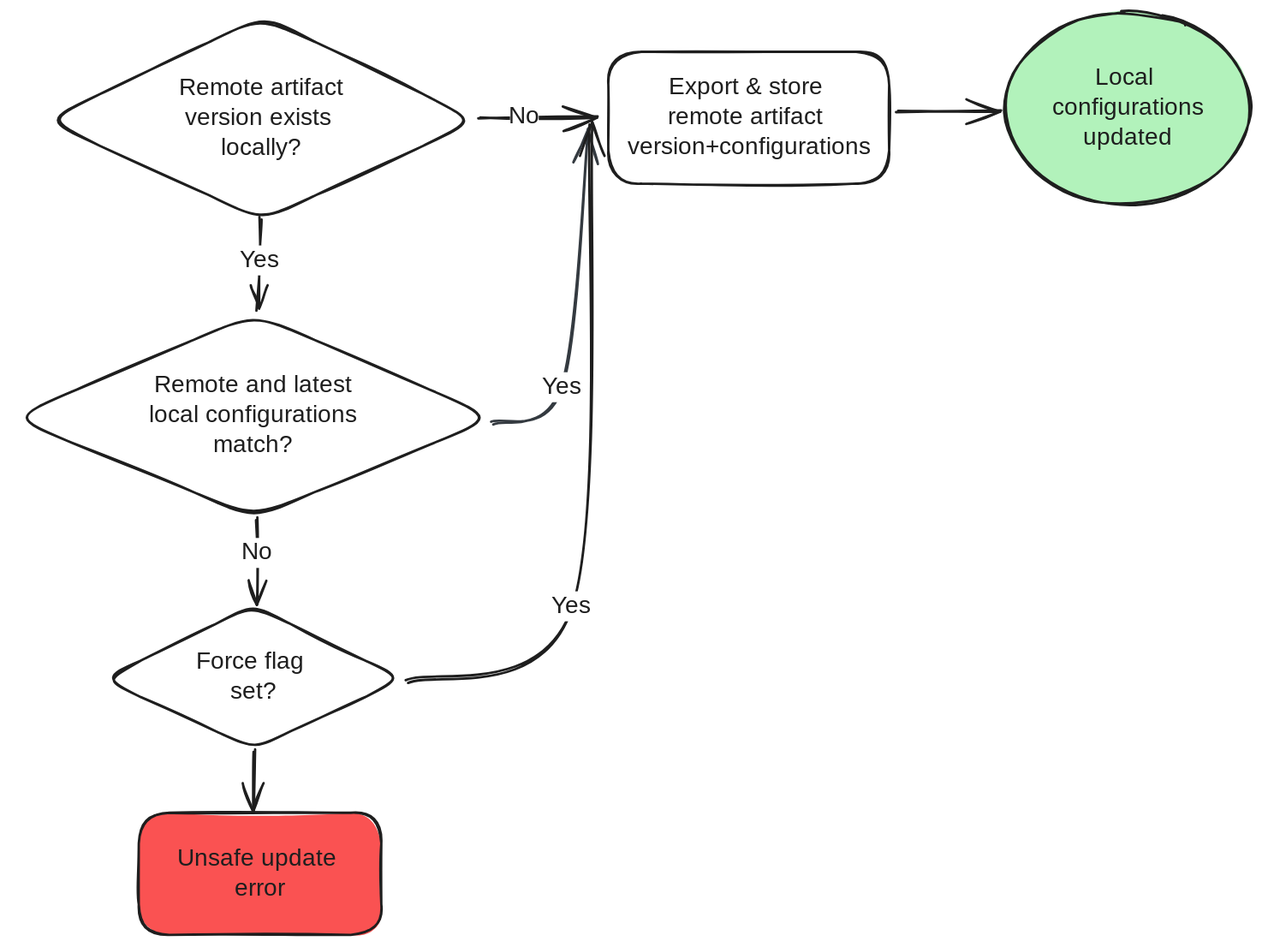
Earlier version of the Excalidraw export docs/update.excalidraw.svg (tswymer/scicm). Source tidied: one line per element, renumbered; positions are measured from the earlier drawing's top-left corner, leaving out a move shared by most shapes. Its diagram source:
```json
{"id": 0, "type": "diamond", "strokeColor": "#1e1e1e", "strokeWidth": 2, "roughness": 1, "round": true, "x": 28, "y": 4, "width": 361, "height": 170}
{"id": 1, "type": "text", "text": "Remote artifact\nversion exists \nlocally?", "strokeColor": "#1e1e1e", "strokeWidth": 2, "roughness": 1, "fontSize": 20, "fontFamily": 1, "textAlign": "center", "verticalAlign": "middle", "inside": 0, "x": 127, "y": 52, "width": 162, "height": 75}
{"id": 2, "type": "arrow", "strokeColor": "#1e1e1e", "strokeWidth": 2, "roughness": 1, "endArrowhead": "arrow", "round": true, "to": 12, "x": 207, "y": 172, "width": 2, "height": 77, "points": [[0, 0], [-1, 35], [-2, 77]]}
{"id": 3, "type": "text", "text": "Yes", "strokeColor": "#1e1e1e", "strokeWidth": 2, "roughness": 1, "fontSize": 20, "fontFamily": 1, "textAlign": "center", "verticalAlign": "middle", "inside": 2, "x": 204, "y": 195, "width": 32, "height": 25}
{"id": 4, "type": "arrow", "strokeColor": "#1e1e1e", "strokeWidth": 2, "roughness": 1, "endArrowhead": "arrow", "round": true, "from": 0, "to": 6, "x": 390, "y": 88, "width": 98, "height": 1, "points": [[0, 0], [38, 0], [98, -1]]}
{"id": 5, "type": "text", "text": "No", "strokeColor": "#1e1e1e", "strokeWidth": 2, "roughness": 1, "fontSize": 20, "fontFamily": 1, "textAlign": "center", "verticalAlign": "middle", "inside": 4, "x": 432, "y": 74, "width": 24, "height": 25}
{"id": 6, "type": "rectangle", "strokeColor": "#1e1e1e", "strokeWidth": 2, "roughness": 1, "round": true, "x": 498, "y": 33, "width": 234, "height": 110}
{"id": 7, "type": "text", "text": "Export & store \nremote artifact \nversion+configurations", "strokeColor": "#1e1e1e", "strokeWidth": 2, "roughness": 1, "fontSize": 20, "fontFamily": 1, "textAlign": "center", "verticalAlign": "middle", "inside": 6, "x": 508, "y": 51, "width": 213, "height": 75}
{"id": 8, "type": "arrow", "strokeColor": "#343a40", "backgroundColor": "#fa5252", "fillStyle": "solid", "strokeWidth": 2, "roughness": 1, "endArrowhead": "arrow", "round": true, "from": 12, "to": 6, "x": 401, "y": 342, "width": 79, "height": 244, "points": [[0, 0], [58, -29], [79, -244]]}
{"id": 9, "type": "text", "text": "Yes", "strokeColor": "#1e1e1e", "strokeWidth": 2, "roughness": 1, "fontSize": 20, "fontFamily": 1, "textAlign": "center", "verticalAlign": "middle", "inside": 8, "x": 452, "y": 299, "width": 32, "height": 25}
{"id": 10, "type": "ellipse", "strokeColor": "#1e1e1e", "backgroundColor": "#b2f2bb", "fillStyle": "solid", "strokeWidth": 2, "roughness": 1, "round": true, "x": 829, "y": 0, "width": 204, "height": 160}
{"id": 11, "type": "text", "text": "Local \nconfigurations\nupdated", "strokeColor": "#1e1e1e", "strokeWidth": 2, "roughness": 1, "fontSize": 20, "fontFamily": 1, "textAlign": "center", "verticalAlign": "middle", "inside": 10, "x": 864, "y": 42, "width": 135, "height": 75}
{"id": 12, "type": "diamond", "strokeColor": "#1e1e1e", "strokeWidth": 2, "roughness": 1, "round": true, "x": 0, "y": 252, "width": 403, "height": 170}
{"id": 13, "type": "text", "text": "Remote and latest\nlocal configurations\nmatch?", "strokeColor": "#1e1e1e", "strokeWidth": 2, "roughness": 1, "fontSize": 20, "fontFamily": 1, "textAlign": "center", "verticalAlign": "middle", "inside": 12, "x": 106, "y": 300, "width": 190, "height": 75}
{"id": 14, "type": "diamond", "strokeColor": "#1e1e1e", "strokeWidth": 2, "roughness": 1, "round": true, "x": 76, "y": 495, "width": 250, "height": 120}
{"id": 15, "type": "text", "text": "Force flag \nset?", "strokeColor": "#1e1e1e", "strokeWidth": 2, "roughness": 1, "fontSize": 20, "fontFamily": 1, "textAlign": "center", "verticalAlign": "middle", "inside": 14, "x": 146, "y": 530, "width": 110, "height": 50}
{"id": 16, "type": "arrow", "strokeColor": "#1e1e1e", "strokeWidth": 2, "roughness": 1, "endArrowhead": "arrow", "round": true, "from": 12, "to": 14, "x": 204, "y": 422, "width": 0, "height": 72, "points": [[0, 0], [0, 29], [0, 72]]}
{"id": 17, "type": "text", "text": "No", "strokeColor": "#1e1e1e", "strokeWidth": 2, "roughness": 1, "fontSize": 20, "fontFamily": 1, "textAlign": "center", "verticalAlign": "middle", "inside": 16, "x": 193, "y": 434, "width": 24, "height": 25}
{"id": 18, "type": "arrow", "strokeColor": "#1e1e1e", "strokeWidth": 2, "roughness": 1, "endArrowhead": "arrow", "round": true, "from": 14, "to": 6, "x": 329, "y": 558, "width": 154, "height": 465, "points": [[0, 0], [138, -62], [154, -465]]}
{"id": 19, "type": "text", "text": "Yes", "strokeColor": "#1e1e1e", "strokeWidth": 2, "roughness": 1, "fontSize": 20, "fontFamily": 1, "textAlign": "center", "verticalAlign": "middle", "inside": 18, "x": 450, "y": 483, "width": 32, "height": 25}
{"id": 20, "type": "arrow", "strokeColor": "#1e1e1e", "strokeWidth": 2, "roughness": 1, "endArrowhead": "arrow", "round": true, "from": 6, "to": 10, "x": 739, "y": 84, "width": 87, "height": 1, "points": [[0, 0], [87, -1]]}
{"id": 21, "type": "rectangle", "strokeColor": "#1e1e1e", "backgroundColor": "#fa5252", "fillStyle": "solid", "strokeWidth": 2, "roughness": 1, "round": true, "x": 106, "y": 668, "width": 202, "height": 102}
{"id": 22, "type": "text", "text": "Unsafe update \nerror", "strokeColor": "#1e1e1e", "strokeWidth": 2, "roughness": 1, "fontSize": 20, "fontFamily": 1, "textAlign": "center", "verticalAlign": "middle", "inside": 21, "x": 129, "y": 694, "width": 157, "height": 50}
{"id": 23, "type": "arrow", "strokeColor": "#1e1e1e", "strokeWidth": 2, "roughness": 1, "endArrowhead": "arrow", "round": true, "from": 14, "to": 21, "x": 203, "y": 616, "width": 2, "height": 51, "points": [[0, 0], [-2, 51]]}
```
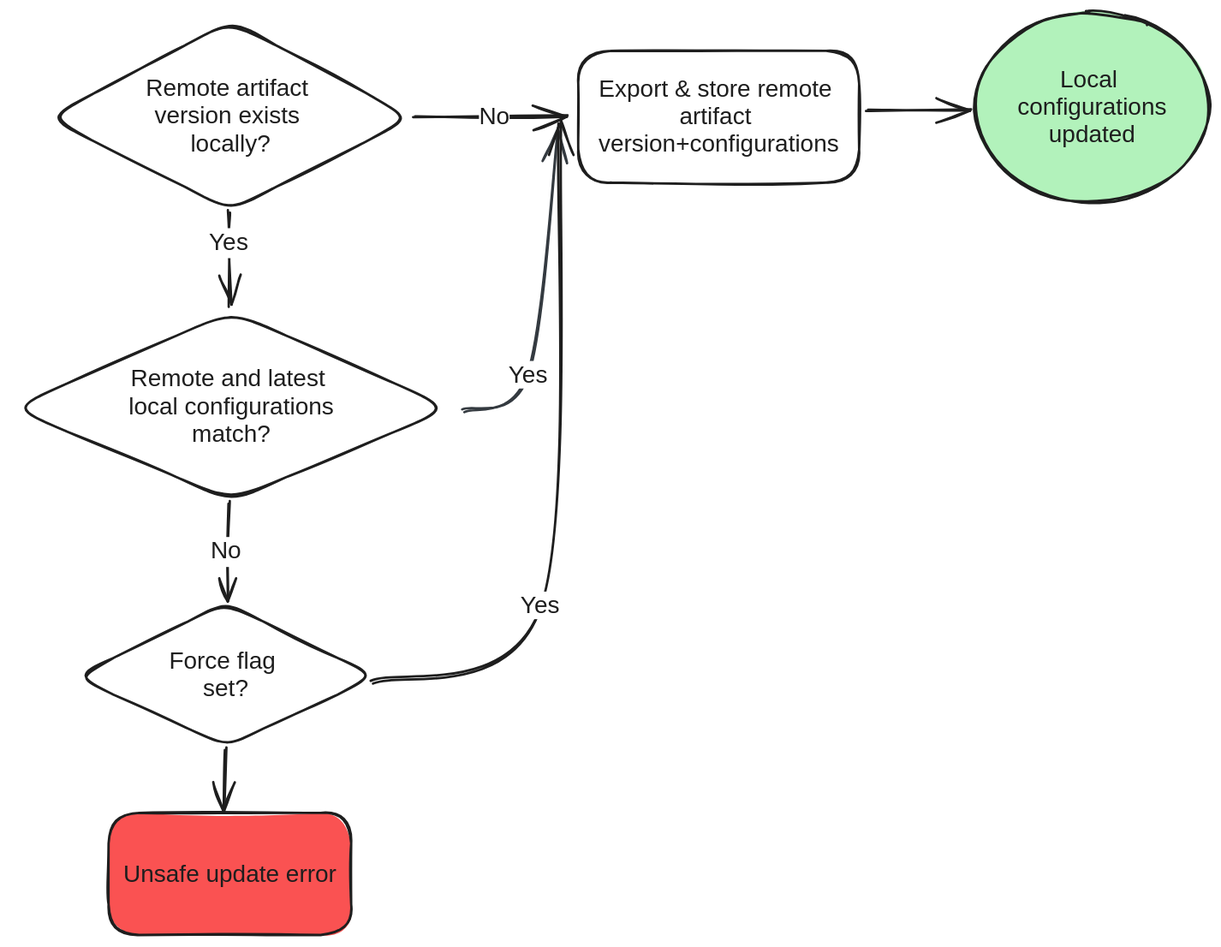
The same file after the commit.

Change to the diagram source:
```diff
@@ -1,24 +1,24 @@
-{"id": 0, "type": "diamond", "strokeColor": "#1e1e1e", "strokeWidth": 2, "roughness": 1, "round": true, "x": 28, "y": 4, "width": 361, "height": 170}
+{"id": 0, "type": "diamond", "strokeColor": "#1e1e1e", "strokeWidth": 2, "roughness": 1, "round": true, "x": 56, "y": 9, "width": 303, "height": 158}
-{"id": 1, "type": "text", "text": "Remote artifact\nversion exists \nlocally?", "strokeColor": "#1e1e1e", "strokeWidth": 2, "roughness": 1, "fontSize": 20, "fontFamily": 1, "textAlign": "center", "verticalAlign": "middle", "inside": 0, "x": 127, "y": 52, "width": 162, "height": 75}
+{"id": 1, "type": "text", "text": "Remote artifact \nversion exists \nlocally?", "strokeColor": "#1e1e1e", "strokeWidth": 2, "roughness": 1, "fontSize": 20, "fontFamily": 2, "textAlign": "center", "verticalAlign": "middle", "inside": 0, "x": 137, "y": 53, "width": 141, "height": 69}
-{"id": 2, "type": "arrow", "strokeColor": "#1e1e1e", "strokeWidth": 2, "roughness": 1, "endArrowhead": "arrow", "round": true, "to": 12, "x": 207, "y": 172, "width": 2, "height": 77, "points": [[0, 0], [-1, 35], [-2, 77]]}
+{"id": 2, "type": "arrow", "strokeColor": "#1e1e1e", "strokeWidth": 2, "roughness": 1, "endArrowhead": "arrow", "round": true, "from": 0, "to": 12, "x": 206, "y": 167, "width": 1, "height": 79, "points": [[0, 0], [0, 27], [1, 79]]}
 {"id": 3, "type": "text", "text": "Yes", "strokeColor": "#1e1e1e", "strokeWidth": 2, "roughness": 1, "fontSize": 20, "fontFamily": 1, "textAlign": "center", "verticalAlign": "middle", "inside": 2, "x": 204, "y": 195, "width": 32, "height": 25}
-{"id": 4, "type": "arrow", "strokeColor": "#1e1e1e", "strokeWidth": 2, "roughness": 1, "endArrowhead": "arrow", "round": true, "from": 0, "to": 6, "x": 390, "y": 88, "width": 98, "height": 1, "points": [[0, 0], [38, 0], [98, -1]]}
+{"id": 4, "type": "arrow", "strokeColor": "#1e1e1e", "strokeWidth": 2, "roughness": 1, "endArrowhead": "arrow", "round": true, "from": 0, "to": 6, "x": 361, "y": 88, "width": 128, "height": 1, "points": [[0, 0], [67, 0], [128, -1]]}
-{"id": 5, "type": "text", "text": "No", "strokeColor": "#1e1e1e", "strokeWidth": 2, "roughness": 1, "fontSize": 20, "fontFamily": 1, "textAlign": "center", "verticalAlign": "middle", "inside": 4, "x": 432, "y": 74, "width": 24, "height": 25}
+{"id": 5, "type": "text", "text": "No", "strokeColor": "#1e1e1e", "strokeWidth": 2, "roughness": 1, "fontSize": 20, "fontFamily": 2, "textAlign": "center", "verticalAlign": "middle", "inside": 4, "x": 415, "y": 76, "width": 26, "height": 23}
 {"id": 6, "type": "rectangle", "strokeColor": "#1e1e1e", "strokeWidth": 2, "roughness": 1, "round": true, "x": 498, "y": 33, "width": 234, "height": 110}
-{"id": 7, "type": "text", "text": "Export & store \nremote artifact \nversion+configurations", "strokeColor": "#1e1e1e", "strokeWidth": 2, "roughness": 1, "fontSize": 20, "fontFamily": 1, "textAlign": "center", "verticalAlign": "middle", "inside": 6, "x": 508, "y": 51, "width": 213, "height": 75}
+{"id": 7, "type": "text", "text": "Export & store remote \nartifact \nversion+configurations", "strokeColor": "#1e1e1e", "strokeWidth": 2, "roughness": 1, "fontSize": 20, "fontFamily": 2, "textAlign": "center", "verticalAlign": "middle", "inside": 6, "x": 514, "y": 54, "width": 201, "height": 69}
-{"id": 8, "type": "arrow", "strokeColor": "#343a40", "backgroundColor": "#fa5252", "fillStyle": "solid", "strokeWidth": 2, "roughness": 1, "endArrowhead": "arrow", "round": true, "from": 12, "to": 6, "x": 401, "y": 342, "width": 79, "height": 244, "points": [[0, 0], [58, -29], [79, -244]]}
+{"id": 8, "type": "arrow", "strokeColor": "#343a40", "backgroundColor": "#fa5252", "fillStyle": "solid", "strokeWidth": 2, "roughness": 1, "endArrowhead": "arrow", "round": true, "from": 12, "to": 6, "x": 402, "y": 333, "width": 78, "height": 235, "points": [[0, 0], [54, -29], [78, -235]]}
-{"id": 9, "type": "text", "text": "Yes", "strokeColor": "#1e1e1e", "strokeWidth": 2, "roughness": 1, "fontSize": 20, "fontFamily": 1, "textAlign": "center", "verticalAlign": "middle", "inside": 8, "x": 452, "y": 299, "width": 32, "height": 25}
+{"id": 9, "type": "text", "text": "Yes", "strokeColor": "#1e1e1e", "strokeWidth": 2, "roughness": 1, "fontSize": 20, "fontFamily": 2, "textAlign": "center", "verticalAlign": "middle", "inside": 8, "x": 442, "y": 302, "width": 33, "height": 23}
-{"id": 10, "type": "ellipse", "strokeColor": "#1e1e1e", "backgroundColor": "#b2f2bb", "fillStyle": "solid", "strokeWidth": 2, "roughness": 1, "round": true, "x": 829, "y": 0, "width": 204, "height": 160}
+{"id": 10, "type": "ellipse", "strokeColor": "#1e1e1e", "backgroundColor": "#b2f2bb", "fillStyle": "solid", "strokeWidth": 2, "roughness": 1, "round": true, "x": 829, "y": 1, "width": 195, "height": 159}
-{"id": 11, "type": "text", "text": "Local \nconfigurations\nupdated", "strokeColor": "#1e1e1e", "strokeWidth": 2, "roughness": 1, "fontSize": 20, "fontFamily": 1, "textAlign": "center", "verticalAlign": "middle", "inside": 10, "x": 864, "y": 42, "width": 135, "height": 75}
+{"id": 11, "type": "text", "text": "Local \nconfigurations\nupdated", "strokeColor": "#1e1e1e", "strokeWidth": 2, "roughness": 1, "fontSize": 20, "fontFamily": 2, "textAlign": "center", "verticalAlign": "middle", "inside": 10, "x": 864, "y": 46, "width": 125, "height": 69}
-{"id": 12, "type": "diamond", "strokeColor": "#1e1e1e", "strokeWidth": 2, "roughness": 1, "round": true, "x": 0, "y": 252, "width": 403, "height": 170}
+{"id": 12, "type": "diamond", "strokeColor": "#1e1e1e", "strokeWidth": 2, "roughness": 1, "round": true, "x": 25, "y": 251, "width": 365, "height": 158}
-{"id": 13, "type": "text", "text": "Remote and latest\nlocal configurations\nmatch?", "strokeColor": "#1e1e1e", "strokeWidth": 2, "roughness": 1, "fontSize": 20, "fontFamily": 1, "textAlign": "center", "verticalAlign": "middle", "inside": 12, "x": 106, "y": 300, "width": 190, "height": 75}
+{"id": 13, "type": "text", "text": "Remote and latest \nlocal configurations\nmatch?", "strokeColor": "#1e1e1e", "strokeWidth": 2, "roughness": 1, "fontSize": 20, "fontFamily": 2, "textAlign": "center", "verticalAlign": "middle", "inside": 12, "x": 123, "y": 295, "width": 171, "height": 69}
-{"id": 14, "type": "diamond", "strokeColor": "#1e1e1e", "strokeWidth": 2, "roughness": 1, "round": true, "x": 76, "y": 495, "width": 250, "height": 120}
+{"id": 14, "type": "diamond", "strokeColor": "#1e1e1e", "strokeWidth": 2, "roughness": 1, "round": true, "x": 79, "y": 494, "width": 250, "height": 120}
-{"id": 15, "type": "text", "text": "Force flag \nset?", "strokeColor": "#1e1e1e", "strokeWidth": 2, "roughness": 1, "fontSize": 20, "fontFamily": 1, "textAlign": "center", "verticalAlign": "middle", "inside": 14, "x": 146, "y": 530, "width": 110, "height": 50}
+{"id": 15, "type": "text", "text": "Force flag \nset?", "strokeColor": "#1e1e1e", "strokeWidth": 2, "roughness": 1, "fontSize": 20, "fontFamily": 2, "textAlign": "center", "verticalAlign": "middle", "inside": 14, "x": 156, "y": 531, "width": 94, "height": 46}
-{"id": 16, "type": "arrow", "strokeColor": "#1e1e1e", "strokeWidth": 2, "roughness": 1, "endArrowhead": "arrow", "round": true, "from": 12, "to": 14, "x": 204, "y": 422, "width": 0, "height": 72, "points": [[0, 0], [0, 29], [0, 72]]}
+{"id": 16, "type": "arrow", "strokeColor": "#1e1e1e", "strokeWidth": 2, "roughness": 1, "endArrowhead": "arrow", "round": true, "from": 12, "to": 14, "x": 206, "y": 410, "width": 2, "height": 83, "points": [[0, 0], [-2, 42], [-2, 83]]}
 {"id": 17, "type": "text", "text": "No", "strokeColor": "#1e1e1e", "strokeWidth": 2, "roughness": 1, "fontSize": 20, "fontFamily": 1, "textAlign": "center", "verticalAlign": "middle", "inside": 16, "x": 193, "y": 434, "width": 24, "height": 25}
-{"id": 18, "type": "arrow", "strokeColor": "#1e1e1e", "strokeWidth": 2, "roughness": 1, "endArrowhead": "arrow", "round": true, "from": 14, "to": 6, "x": 329, "y": 558, "width": 154, "height": 465, "points": [[0, 0], [138, -62], [154, -465]]}
+{"id": 18, "type": "arrow", "strokeColor": "#1e1e1e", "strokeWidth": 2, "roughness": 1, "endArrowhead": "arrow", "round": true, "from": 14, "to": 6, "x": 325, "y": 559, "width": 157, "height": 466, "points": [[0, 0], [141, -64], [157, -466]]}
-{"id": 19, "type": "text", "text": "Yes", "strokeColor": "#1e1e1e", "strokeWidth": 2, "roughness": 1, "fontSize": 20, "fontFamily": 1, "textAlign": "center", "verticalAlign": "middle", "inside": 18, "x": 450, "y": 483, "width": 32, "height": 25}
+{"id": 19, "type": "text", "text": "Yes", "strokeColor": "#1e1e1e", "strokeWidth": 2, "roughness": 1, "fontSize": 20, "fontFamily": 2, "textAlign": "center", "verticalAlign": "middle", "inside": 18, "x": 449, "y": 484, "width": 33, "height": 23}
 {"id": 20, "type": "arrow", "strokeColor": "#1e1e1e", "strokeWidth": 2, "roughness": 1, "endArrowhead": "arrow", "round": true, "from": 6, "to": 10, "x": 739, "y": 84, "width": 87, "height": 1, "points": [[0, 0], [87, -1]]}
-{"id": 21, "type": "rectangle", "strokeColor": "#1e1e1e", "backgroundColor": "#fa5252", "fillStyle": "solid", "strokeWidth": 2, "roughness": 1, "round": true, "x": 106, "y": 668, "width": 202, "height": 102}
+{"id": 21, "type": "rectangle", "strokeColor": "#1e1e1e", "backgroundColor": "#fa5252", "fillStyle": "solid", "strokeWidth": 2, "roughness": 1, "round": true, "x": 106, "y": 669, "width": 202, "height": 102}
-{"id": 22, "type": "text", "text": "Unsafe update \nerror", "strokeColor": "#1e1e1e", "strokeWidth": 2, "roughness": 1, "fontSize": 20, "fontFamily": 1, "textAlign": "center", "verticalAlign": "middle", "inside": 21, "x": 129, "y": 694, "width": 157, "height": 50}
+{"id": 22, "type": "text", "text": "Unsafe update error", "strokeColor": "#1e1e1e", "strokeWidth": 2, "roughness": 1, "fontSize": 20, "fontFamily": 2, "textAlign": "center", "verticalAlign": "middle", "inside": 21, "x": 118, "y": 708, "width": 178, "height": 23}
-{"id": 23, "type": "arrow", "strokeColor": "#1e1e1e", "strokeWidth": 2, "roughness": 1, "endArrowhead": "arrow", "round": true, "from": 14, "to": 21, "x": 203, "y": 616, "width": 2, "height": 51, "points": [[0, 0], [-2, 51]]}
+{"id": 23, "type": "arrow", "strokeColor": "#1e1e1e", "strokeWidth": 2, "roughness": 1, "endArrowhead": "arrow", "round": true, "from": 14, "to": 21, "x": 204, "y": 615, "width": 3, "height": 52, "points": [[0, 0], [-3, 52]]}
```
